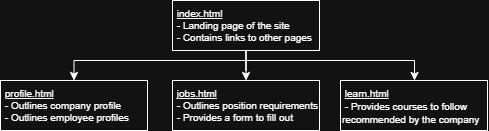
This is assets/design/sitemap.png from imstellar/assignment2, a draw.io export, as it was before one commit. Source tidied: cells renumbered, new cells last; positions are measured from the earlier drawing's top-left corner, leaving out a move shared by most shapes.
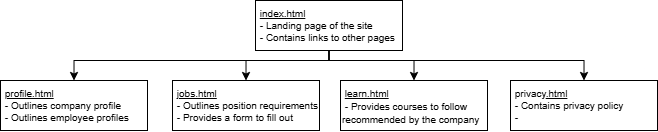
After the change.

Change to the diagram source:
```diff
@@ -2,28 +2,40 @@
   <root>
     <mxCell id="0" />
     <mxCell id="1" parent="0" />
+    <mxCell id="9" style="edgeStyle=orthogonalEdgeStyle;rounded=0;jettySize=auto;html=1;entryX=0.5;entryY=0;entryDx=0;entryDy=0;" parent="1" edge="1" source="5" target="10">
+      <mxGeometry relative="1" as="geometry">
+        <Array as="points">
+          <mxPoint x="328" y="60" />
+          <mxPoint x="584" y="60" />
+        </Array>
+      </mxGeometry>
+    </mxCell>
+    <mxCell id="4" style="edgeStyle=orthogonalEdgeStyle;rounded=0;jettySize=auto;html=1;entryX=0.5;entryY=0;entryDx=0;entryDy=0;" parent="1" edge="1" source="5" target="7">
+      <mxGeometry relative="1" as="geometry">
+        <Array as="points">
+          <mxPoint x="328" y="60" />
+          <mxPoint x="414" y="60" />
+        </Array>
+      </mxGeometry>
+    </mxCell>
-    <mxCell id="2" style="edgeStyle=orthogonalEdgeStyle;rounded=0;jettySize=auto;html=1;" parent="1" edge="1" source="5" target="6">
-      <mxGeometry relative="1" as="geometry" />
+    <mxCell id="2" style="edgeStyle=orthogonalEdgeStyle;rounded=0;jettySize=auto;html=1;entryX=0.5;entryY=0;entryDx=0;entryDy=0;" parent="1" edge="1" source="5" target="6">
+      <mxGeometry relative="1" as="geometry">
+        <Array as="points">
+          <mxPoint x="328" y="60" />
+          <mxPoint x="246" y="60" />
+        </Array>
+      </mxGeometry>
     </mxCell>
     <mxCell id="3" style="edgeStyle=orthogonalEdgeStyle;rounded=0;jettySize=auto;html=1;entryX=0.5;entryY=0;entryDx=0;entryDy=0;" parent="1" edge="1" source="5" target="8">
       <mxGeometry relative="1" as="geometry">
         <Array as="points">
-          <mxPoint x="246" y="60" />
+          <mxPoint x="328" y="60" />
           <mxPoint x="74" y="60" />
         </Array>
       </mxGeometry>
     </mxCell>
-    <mxCell id="4" style="edgeStyle=orthogonalEdgeStyle;rounded=0;jettySize=auto;html=1;entryX=0.5;entryY=0;entryDx=0;entryDy=0;" parent="1" edge="1" source="5" target="7">
-      <mxGeometry relative="1" as="geometry">
-        <Array as="points">
-          <mxPoint x="246" y="60" />
-          <mxPoint x="414" y="60" />
-          <mxPoint x="414" y="80" />
-        </Array>
-      </mxGeometry>
-    </mxCell>
     <mxCell id="5" value="&lt;div style=&quot;line-height: 100%;&quot;&gt;&lt;font style=&quot;font-size: 10px; line-height: 100%;&quot;&gt;&amp;nbsp;&lt;u&gt;index.html&lt;/u&gt;&lt;/font&gt;&lt;div&gt;&lt;font style=&quot;font-size: 10px; line-height: 100%;&quot;&gt;&amp;nbsp;- Landing page of the site&lt;/font&gt;&lt;/div&gt;&lt;div&gt;&lt;font style=&quot;font-size: 10px; line-height: 100%;&quot;&gt;&amp;nbsp;- Contains links to other pages&lt;/font&gt;&lt;/div&gt;&lt;/div&gt;" style="rounded=0;whiteSpace=wrap;html=1;align=left;verticalAlign=top;" parent="1" vertex="1">
-      <mxGeometry x="172" width="147" height="50" as="geometry" />
+      <mxGeometry x="255" width="147" height="50" as="geometry" />
     </mxCell>
     <mxCell id="6" value="&lt;div style=&quot;line-height: 100%;&quot;&gt;&lt;font style=&quot;font-size: 10px; line-height: 100%;&quot;&gt;&amp;nbsp;&lt;u&gt;jobs.html&lt;/u&gt;&lt;/font&gt;&lt;div&gt;&lt;font style=&quot;font-size: 10px; line-height: 100%;&quot;&gt;&amp;nbsp;- Outlines position requirements&lt;/font&gt;&lt;/div&gt;&lt;div&gt;&lt;font style=&quot;font-size: 10px; line-height: 100%;&quot;&gt;&amp;nbsp;- Provides a form to fill out&lt;/font&gt;&lt;/div&gt;&lt;/div&gt;" style="rounded=0;whiteSpace=wrap;html=1;align=left;verticalAlign=top;" parent="1" vertex="1">
       <mxGeometry x="172" y="80" width="147" height="50" as="geometry" />
@@ -34,5 +46,8 @@
     <mxCell id="8" value="&lt;div style=&quot;line-height: 100%;&quot;&gt;&lt;font style=&quot;font-size: 10px; line-height: 100%;&quot;&gt;&amp;nbsp;&lt;u&gt;profile.html&lt;/u&gt;&lt;/font&gt;&lt;div&gt;&lt;font style=&quot;font-size: 10px; line-height: 100%;&quot;&gt;&amp;nbsp;- Outlines company profile&lt;/font&gt;&lt;/div&gt;&lt;div&gt;&lt;span style=&quot;font-size: 10px;&quot;&gt;&amp;nbsp;- Outlines employee profiles&lt;/span&gt;&lt;/div&gt;&lt;/div&gt;" style="rounded=0;whiteSpace=wrap;html=1;align=left;verticalAlign=top;" parent="1" vertex="1">
       <mxGeometry y="80" width="147" height="50" as="geometry" />
     </mxCell>
+    <mxCell id="10" value="&lt;div style=&quot;line-height: 100%;&quot;&gt;&lt;font style=&quot;font-size: 10px; line-height: 100%;&quot;&gt;&amp;nbsp;privacy&lt;u&gt;.html&lt;/u&gt;&lt;/font&gt;&lt;div&gt;&lt;font style=&quot;font-size: 10px; line-height: 100%;&quot;&gt;&amp;nbsp;- Contains privacy policy&lt;/font&gt;&lt;/div&gt;&lt;div&gt;&lt;font style=&quot;font-size: 10px; line-height: 100%;&quot;&gt;&amp;nbsp;-&amp;nbsp;&lt;/font&gt;&lt;/div&gt;&lt;/div&gt;" style="rounded=0;whiteSpace=wrap;html=1;align=left;verticalAlign=top;" parent="1" vertex="1">
+      <mxGeometry x="510" y="80" width="147" height="50" as="geometry" />
+    </mxCell>
   </root>
 </mxGraphModel>
```
